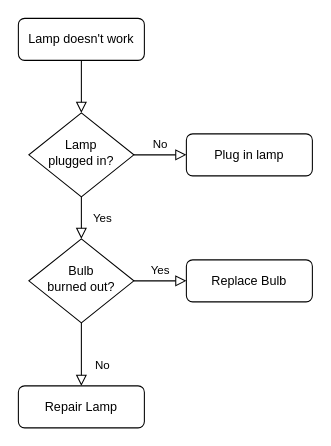
This is Untitled Diagram.drawio from yoyoweiii/GPA_calculator_project, a draw.io file, before an edit. Source tidied: cells renumbered, new cells numbered last; positions are measured from the earlier drawing's top-left corner, leaving out a move shared by most shapes. Both pictures are drawn from the tidied source at 105%, with x=0, y=0 at pixel (18, 18).
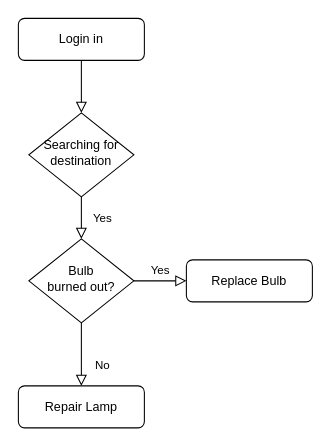
After the change.

Change to the diagram source:
```diff
@@
 <mxGraphModel>
   <root>
     <mxCell id="0" />
     <mxCell id="1" parent="0" />
     <mxCell id="2" style="rounded=0;html=1;jettySize=auto;fontSize=11;endArrow=block;endFill=0;endSize=8;strokeWidth=1;shadow=0;labelBackgroundColor=none;edgeStyle=orthogonalEdgeStyle;" parent="1" edge="1" source="3" target="6">
       <mxGeometry relative="1" as="geometry" />
     </mxCell>
-    <mxCell id="3" value="Lamp doesn't work" style="rounded=1;whiteSpace=wrap;html=1;fontSize=12;glass=0;strokeWidth=1;shadow=0;" parent="1" vertex="1">
+    <mxCell id="3" value="Login in" style="rounded=1;whiteSpace=wrap;html=1;fontSize=12;glass=0;strokeWidth=1;shadow=0;" parent="1" vertex="1">
       <mxGeometry width="120" height="40" as="geometry" />
     </mxCell>
     <mxCell id="4" value="Yes" style="rounded=0;html=1;jettySize=auto;fontSize=11;endArrow=block;endFill=0;endSize=8;strokeWidth=1;shadow=0;labelBackgroundColor=none;edgeStyle=orthogonalEdgeStyle;" parent="1" edge="1" source="6" target="10">
       <mxGeometry y="20" relative="1" as="geometry" />
     </mxCell>
-    <mxCell id="5" value="No" style="edgeStyle=orthogonalEdgeStyle;rounded=0;html=1;jettySize=auto;fontSize=11;endArrow=block;endFill=0;endSize=8;strokeWidth=1;shadow=0;labelBackgroundColor=none;" parent="1" edge="1" source="6" target="7">
-      <mxGeometry y="10" relative="1" as="geometry" />
-    </mxCell>
-    <mxCell id="6" value="Lamp&lt;br&gt;plugged in?" style="rhombus;whiteSpace=wrap;html=1;shadow=0;fontFamily=Helvetica;fontSize=12;align=center;strokeWidth=1;spacing=6;spacingTop=-4;" parent="1" vertex="1">
+    <mxCell id="6" value="Searching for destination" style="rhombus;whiteSpace=wrap;html=1;shadow=0;fontFamily=Helvetica;fontSize=12;align=center;strokeWidth=1;spacing=6;spacingTop=-4;" parent="1" vertex="1">
       <mxGeometry x="10" y="90" width="100" height="80" as="geometry" />
     </mxCell>
-    <mxCell id="7" value="Plug in lamp" style="rounded=1;whiteSpace=wrap;html=1;fontSize=12;glass=0;strokeWidth=1;shadow=0;" parent="1" vertex="1">
-      <mxGeometry x="160" y="110" width="120" height="40" as="geometry" />
-    </mxCell>
     <mxCell id="8" value="No" style="rounded=0;html=1;jettySize=auto;fontSize=11;endArrow=block;endFill=0;endSize=8;strokeWidth=1;shadow=0;labelBackgroundColor=none;edgeStyle=orthogonalEdgeStyle;" parent="1" edge="1" source="10" target="11">
       <mxGeometry x="0.33" y="20" relative="1" as="geometry" />
     </mxCell>
     <mxCell id="9" value="Yes" style="edgeStyle=orthogonalEdgeStyle;rounded=0;html=1;jettySize=auto;fontSize=11;endArrow=block;endFill=0;endSize=8;strokeWidth=1;shadow=0;labelBackgroundColor=none;" parent="1" edge="1" source="10" target="12">
       <mxGeometry y="10" relative="1" as="geometry" />
     </mxCell>
     <mxCell id="10" value="Bulb&lt;br&gt;burned out?" style="rhombus;whiteSpace=wrap;html=1;shadow=0;fontFamily=Helvetica;fontSize=12;align=center;strokeWidth=1;spacing=6;spacingTop=-4;" parent="1" vertex="1">
       <mxGeometry x="10" y="210" width="100" height="80" as="geometry" />
     </mxCell>
     <mxCell id="11" value="Repair Lamp" style="rounded=1;whiteSpace=wrap;html=1;fontSize=12;glass=0;strokeWidth=1;shadow=0;" parent="1" vertex="1">
       <mxGeometry y="350" width="120" height="40" as="geometry" />
     </mxCell>
     <mxCell id="12" value="Replace Bulb" style="rounded=1;whiteSpace=wrap;html=1;fontSize=12;glass=0;strokeWidth=1;shadow=0;" parent="1" vertex="1">
       <mxGeometry x="160" y="230" width="120" height="40" as="geometry" />
     </mxCell>
   </root>
 </mxGraphModel>
```
